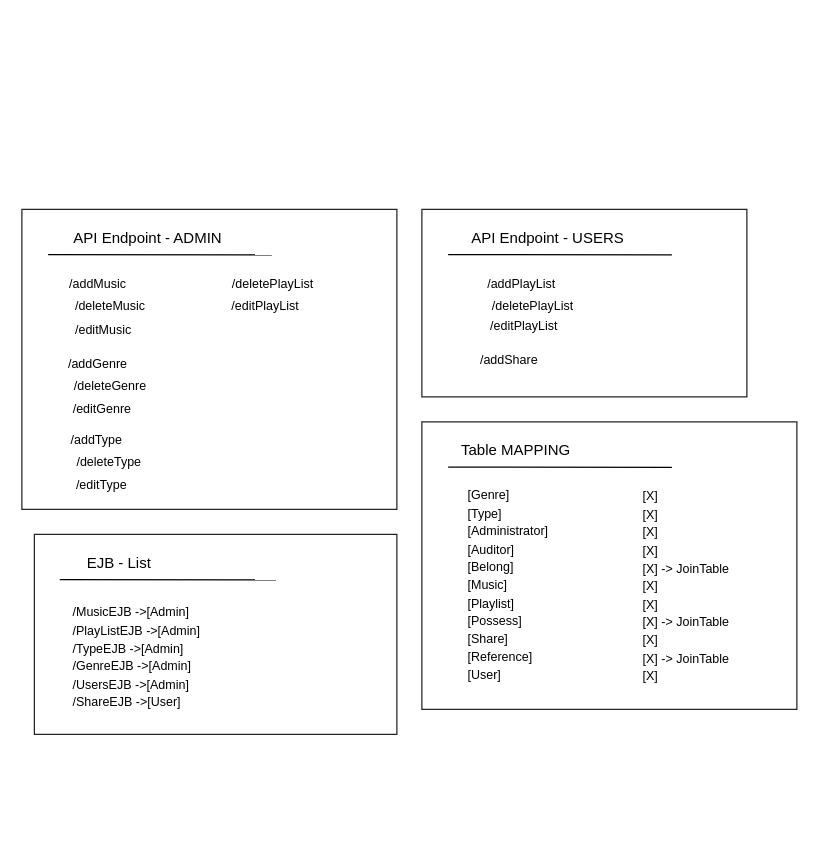
Above: Schéma Endpoint.drawio in Zacharie-Julien/SpotiHome-VUE (draw.io), before the change. Source tidied: cells renumbered, new cells numbered last; positions are measured from the earlier drawing's top-left corner, leaving out a move shared by most shapes. Both pictures are drawn from the tidied source at 125%, with x=0, y=0 at pixel (21, 209).
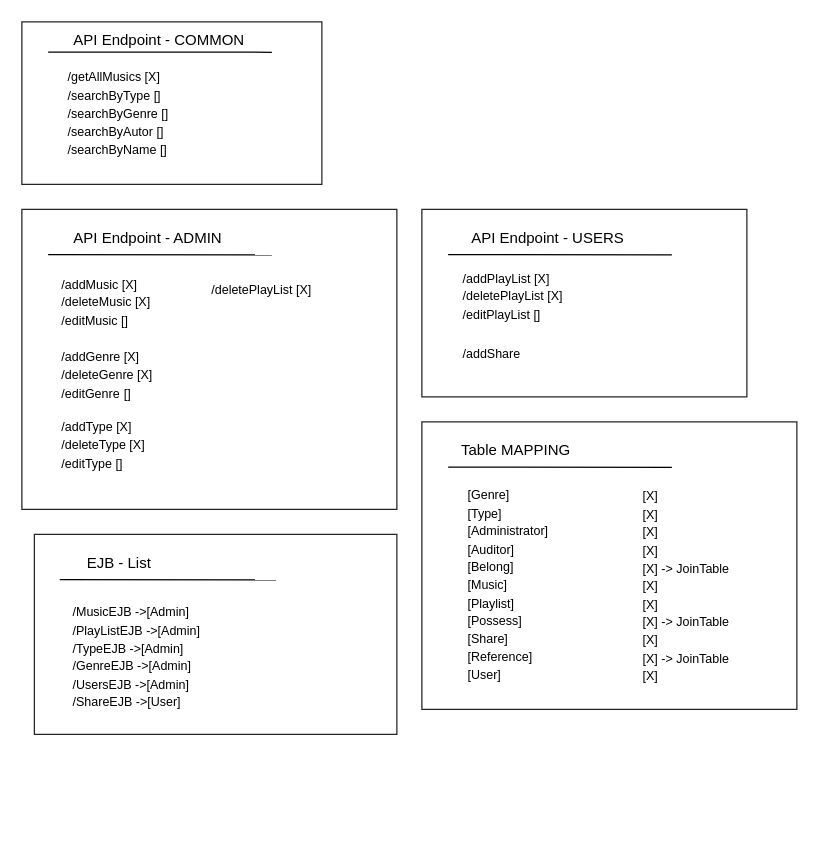
Above is the later version.

Commit message:
Mettre à jour Schéma Endpoint.drawio

The change refers to these unchanged cells:
```xml
<mxCell id="2" style="group;" parent="1" vertex="1">
  <mxGeometry width="300" height="240" as="geometry" />
</mxCell>
<mxCell id="17" style="group;" parent="1" vertex="1">
  <mxGeometry x="320" width="260" height="150" as="geometry" />
</mxCell>
```

Change to the diagram source:
```diff
@@
-    <mxCell id="4" value="&lt;font style=&quot;font-size: 10px; color: light-dark(rgb(0, 0, 0), rgb(96, 114, 250));&quot;&gt;/editPlayList&lt;/font&gt;" style="text;html=1;align=center;verticalAlign=middle;whiteSpace=wrap;rounded=0;fontFamily=Nerd;" parent="2" vertex="1">
-      <mxGeometry x="130" y="63.8" width="130" height="27.3" as="geometry" />
-    </mxCell>
-    <mxCell id="5" value="&lt;font style=&quot;font-size: 10px; color: light-dark(rgb(0, 0, 0), rgb(96, 114, 250));&quot;&gt;/editMusic&lt;/font&gt;" style="text;html=1;align=center;verticalAlign=middle;whiteSpace=wrap;rounded=0;fontFamily=Nerd;" parent="2" vertex="1">
-      <mxGeometry x="1" y="82" width="129" height="27.3" as="geometry" />
-    </mxCell>
@@
-    <mxCell id="8" value="&lt;font style=&quot;font-size: 10px; color: light-dark(rgb(0, 0, 0), rgb(67, 194, 63));&quot;&gt;/addMusic&lt;/font&gt;" style="text;html=1;align=center;verticalAlign=middle;whiteSpace=wrap;rounded=0;fontFamily=Nerd;" parent="2" vertex="1">
-      <mxGeometry x="1" y="45.6" width="120" height="27.3" as="geometry" />
+    <mxCell id="8" value="&lt;div align=&quot;left&quot;&gt;&lt;font style=&quot;font-size: 10px; color: light-dark(rgb(0, 0, 0), rgb(67, 194, 63));&quot;&gt;/addMusic [X]&lt;/font&gt;&lt;font style=&quot;font-size: 10px; color: light-dark(rgb(0, 0, 0), rgb(236, 97, 81));&quot;&gt;&lt;br&gt;&lt;/font&gt;&lt;/div&gt;&lt;div align=&quot;left&quot;&gt;&lt;font style=&quot;font-size: 10px; color: light-dark(rgb(0, 0, 0), rgb(236, 97, 81));&quot;&gt;/deleteMusic [X]&lt;/font&gt;&lt;/div&gt;&lt;div align=&quot;left&quot;&gt;&lt;font style=&quot;font-size: 10px; color: light-dark(rgb(0, 0, 0), rgb(96, 114, 250));&quot;&gt;/editMusic []&lt;/font&gt;&lt;/div&gt;" style="text;html=1;align=left;verticalAlign=middle;whiteSpace=wrap;rounded=0;fontFamily=Nerd;" parent="2" vertex="1">
+      <mxGeometry x="30" y="36.4" width="108.5" height="74.4" as="geometry" />
     </mxCell>
-    <mxCell id="9" value="&lt;font style=&quot;font-size: 10px; color: light-dark(rgb(0, 0, 0), rgb(236, 97, 81));&quot;&gt;/deleteMusic&lt;/font&gt;" style="text;html=1;align=center;verticalAlign=middle;whiteSpace=wrap;rounded=0;fontFamily=Nerd;" parent="2" vertex="1">
-      <mxGeometry x="1" y="63.8" width="140" height="27.3" as="geometry" />
-    </mxCell>
-    <mxCell id="10" value="&lt;font style=&quot;font-size: 10px; color: light-dark(rgb(0, 0, 0), rgb(236, 97, 81));&quot;&gt;/deletePlayList&lt;/font&gt;" style="text;html=1;align=center;verticalAlign=middle;whiteSpace=wrap;rounded=0;fontFamily=Nerd;" parent="2" vertex="1">
-      <mxGeometry x="131" y="45.6" width="140" height="27.3" as="geometry" />
+    <mxCell id="10" value="&lt;div align=&quot;left&quot;&gt;&lt;font style=&quot;font-size: 10px; color: light-dark(rgb(0, 0, 0), rgb(236, 97, 81));&quot;&gt;/deletePlayList [X]&lt;/font&gt;&lt;/div&gt;&lt;div align=&quot;left&quot;&gt;&lt;br&gt;&lt;/div&gt;&lt;div align=&quot;left&quot;&gt;&lt;br&gt;&lt;/div&gt;" style="text;html=1;align=left;verticalAlign=middle;whiteSpace=wrap;rounded=0;fontFamily=Nerd;" parent="2" vertex="1">
+      <mxGeometry x="150" y="57.5" width="140" height="40" as="geometry" />
     </mxCell>
-    <mxCell id="11" value="&lt;font style=&quot;color: light-dark(rgb(0, 0, 0), rgb(67, 194, 63)); font-size: 10px;&quot;&gt;/addType&lt;/font&gt;" style="text;html=1;align=center;verticalAlign=middle;whiteSpace=wrap;rounded=0;fontFamily=Nerd;" parent="2" vertex="1">
-      <mxGeometry y="170" width="120" height="27.3" as="geometry" />
+    <mxCell id="11" value="&lt;div align=&quot;left&quot;&gt;&lt;font style=&quot;color: light-dark(rgb(0, 0, 0), rgb(67, 194, 63)); font-size: 10px;&quot;&gt;/addType [X]&lt;/font&gt;&lt;/div&gt;&lt;div align=&quot;left&quot;&gt;&lt;font style=&quot;font-size: 10px; color: light-dark(rgb(0, 0, 0), rgb(236, 97, 81));&quot;&gt;/deleteType [X]&lt;/font&gt;&lt;/div&gt;&lt;div align=&quot;left&quot;&gt;&lt;font style=&quot;font-size: 10px; color: light-dark(rgb(0, 0, 0), rgb(96, 114, 250));&quot;&gt;/editType&lt;/font&gt;&lt;font style=&quot;font-size: 10px; color: light-dark(rgb(0, 0, 0), rgb(96, 114, 250));&quot;&gt; []&lt;/font&gt;&lt;/div&gt;" style="text;html=1;align=left;verticalAlign=middle;whiteSpace=wrap;rounded=0;fontFamily=Nerd;" parent="2" vertex="1">
+      <mxGeometry x="30" y="158.2" width="120" height="60" as="geometry" />
     </mxCell>
-    <mxCell id="12" value="&lt;font style=&quot;font-size: 10px; color: light-dark(rgb(0, 0, 0), rgb(236, 97, 81));&quot;&gt;/deleteType&lt;/font&gt;" style="text;html=1;align=center;verticalAlign=middle;whiteSpace=wrap;rounded=0;fontFamily=Nerd;" parent="2" vertex="1">
-      <mxGeometry y="188.2" width="140" height="27.3" as="geometry" />
-    </mxCell>
-    <mxCell id="13" value="&lt;font style=&quot;color: light-dark(rgb(0, 0, 0), rgb(67, 194, 63)); font-size: 10px;&quot;&gt;/addGenre&lt;/font&gt;" style="text;html=1;align=center;verticalAlign=middle;whiteSpace=wrap;rounded=0;fontFamily=Nerd;" parent="2" vertex="1">
-      <mxGeometry x="1" y="109.3" width="120" height="27.3" as="geometry" />
+    <mxCell id="13" value="&lt;div align=&quot;left&quot;&gt;&lt;font style=&quot;color: light-dark(rgb(0, 0, 0), rgb(67, 194, 63)); font-size: 10px;&quot;&gt;/addGenre [X]&lt;/font&gt;&lt;font style=&quot;font-size: 10px; color: light-dark(rgb(0, 0, 0), rgb(236, 97, 81));&quot;&gt;&lt;br&gt;&lt;/font&gt;&lt;/div&gt;&lt;div align=&quot;left&quot;&gt;&lt;font style=&quot;font-size: 10px; color: light-dark(rgb(0, 0, 0), rgb(236, 97, 81));&quot;&gt;/deleteGenre [X]&lt;/font&gt;&lt;/div&gt;&lt;div align=&quot;left&quot;&gt;&lt;font style=&quot;font-size: 10px; color: light-dark(rgb(0, 0, 0), rgb(96, 114, 250));&quot;&gt;/editGenre&lt;/font&gt; &lt;font style=&quot;font-size: 10px; color: light-dark(rgb(0, 0, 0), rgb(96, 114, 250));&quot;&gt;[]&lt;/font&gt;&lt;/div&gt;" style="text;html=1;align=left;verticalAlign=middle;whiteSpace=wrap;rounded=0;fontFamily=Nerd;" parent="2" vertex="1">
+      <mxGeometry x="30" y="106.2" width="120" height="52" as="geometry" />
     </mxCell>
-    <mxCell id="14" value="&lt;font style=&quot;font-size: 10px; color: light-dark(rgb(0, 0, 0), rgb(236, 97, 81));&quot;&gt;/deleteGenre&lt;/font&gt;" style="text;html=1;align=center;verticalAlign=middle;whiteSpace=wrap;rounded=0;fontFamily=Nerd;" parent="2" vertex="1">
-      <mxGeometry x="1" y="127.6" width="140" height="27.3" as="geometry" />
-    </mxCell>
-    <mxCell id="15" value="&lt;font style=&quot;font-size: 10px; color: light-dark(rgb(0, 0, 0), rgb(96, 114, 250));&quot;&gt;/editGenre&lt;/font&gt;" style="text;html=1;align=center;verticalAlign=middle;whiteSpace=wrap;rounded=0;fontFamily=Nerd;" parent="2" vertex="1">
-      <mxGeometry y="145.8" width="129" height="27.3" as="geometry" />
-    </mxCell>
-    <mxCell id="16" value="&lt;font style=&quot;font-size: 10px; color: light-dark(rgb(0, 0, 0), rgb(96, 114, 250));&quot;&gt;/editType&lt;/font&gt;" style="text;html=1;align=center;verticalAlign=middle;whiteSpace=wrap;rounded=0;fontFamily=Nerd;" parent="2" vertex="1">
-      <mxGeometry x="5" y="206" width="118" height="27.3" as="geometry" />
-    </mxCell>
@@
-    <mxCell id="19" value="&lt;font style=&quot;font-size: 10px; color: light-dark(rgb(0, 0, 0), rgb(96, 114, 250));&quot;&gt;/editPlayList&lt;/font&gt;" style="text;html=1;align=center;verticalAlign=middle;whiteSpace=wrap;rounded=0;fontFamily=Nerd;" parent="17" vertex="1">
-      <mxGeometry x="17" y="79" width="130" height="27.3" as="geometry" />
-    </mxCell>
@@
-    <mxCell id="22" value="&lt;font style=&quot;font-size: 10px; color: light-dark(rgb(0, 0, 0), rgb(236, 97, 81));&quot;&gt;/deletePlayList&lt;/font&gt;" style="text;html=1;align=center;verticalAlign=middle;whiteSpace=wrap;rounded=0;fontFamily=Nerd;" parent="17" vertex="1">
-      <mxGeometry x="19" y="63.8" width="140" height="27.3" as="geometry" />
-    </mxCell>
-    <mxCell id="23" value="&lt;font style=&quot;font-size: 10px; color: light-dark(rgb(0, 0, 0), rgb(67, 194, 63));&quot;&gt;/addPlayList&lt;/font&gt;" style="text;html=1;align=center;verticalAlign=middle;whiteSpace=wrap;rounded=0;fontFamily=Nerd;" parent="17" vertex="1">
-      <mxGeometry x="10" y="45.6" width="140" height="27.3" as="geometry" />
+    <mxCell id="23" value="&lt;div align=&quot;left&quot;&gt;&lt;font style=&quot;font-size: 10px; color: light-dark(rgb(0, 0, 0), rgb(67, 194, 63));&quot;&gt;/addPlayList [X]&lt;/font&gt;&lt;/div&gt;&lt;div align=&quot;left&quot;&gt;&lt;font style=&quot;font-size: 10px; color: light-dark(rgb(0, 0, 0), rgb(236, 97, 81));&quot;&gt;/deletePlayList [X]&lt;/font&gt;&lt;/div&gt;&lt;div align=&quot;left&quot;&gt;&lt;font style=&quot;font-size: 10px; color: light-dark(rgb(0, 0, 0), rgb(96, 114, 250));&quot;&gt;/editPlayList &lt;/font&gt;&lt;font style=&quot;font-size: 10px; color: light-dark(rgb(0, 0, 0), rgb(96, 114, 250));&quot;&gt;[]&lt;/font&gt;&lt;/div&gt;" style="text;html=1;align=left;verticalAlign=middle;whiteSpace=wrap;rounded=0;fontFamily=Nerd;" parent="17" vertex="1">
+      <mxGeometry x="31" y="36.4" width="140" height="64.4" as="geometry" />
     </mxCell>
-    <mxCell id="24" value="&lt;font style=&quot;font-size: 10px; color: light-dark(rgb(0, 0, 0), rgb(67, 194, 63));&quot;&gt;/addShare&lt;/font&gt;" style="text;html=1;align=center;verticalAlign=middle;whiteSpace=wrap;rounded=0;fontFamily=Nerd;" parent="17" vertex="1">
-      <mxGeometry x="10" y="106.3" width="120" height="27.3" as="geometry" />
+    <mxCell id="24" value="&lt;div align=&quot;left&quot;&gt;&lt;font style=&quot;font-size: 10px; color: light-dark(rgb(0, 0, 0), rgb(67, 194, 63));&quot;&gt;/addShare&lt;/font&gt;&lt;/div&gt;" style="text;html=1;align=left;verticalAlign=middle;whiteSpace=wrap;rounded=0;fontFamily=Nerd;" parent="17" vertex="1">
+      <mxGeometry x="31" y="100.9" width="120" height="27.3" as="geometry" />
     </mxCell>
@@
+    <mxCell id="36" style="group;" parent="1" vertex="1">
+      <mxGeometry y="-150" width="300" height="160" as="geometry" />
+    </mxCell>
+    <mxCell id="37" style="rounded=0;whiteSpace=wrap;html=1;fillColor=light-dark(#FFFFFF,#242426);strokeColor=light-dark(#242426,#242426);" parent="36" vertex="1">
+      <mxGeometry width="240" height="130" as="geometry" />
+    </mxCell>
+    <mxCell id="38" value="API Endpoint - COMMON" style="text;html=1;align=center;verticalAlign=middle;whiteSpace=wrap;rounded=0;fontFamily=Nerd;fontColor=light-dark(#000000,#B2B0BF);" parent="36" vertex="1">
+      <mxGeometry x="30" y="6.1" width="160" height="18.2" as="geometry" />
+    </mxCell>
+    <mxCell id="39" style="endArrow=none;html=1;rounded=0;fontColor=light-dark(#000000,#B2B0BF);strokeColor=light-dark(#000000,#B2B0BF);" parent="36" edge="1">
+      <mxGeometry relative="1" as="geometry">
+        <mxPoint x="21" y="24.1" as="sourcePoint" />
+        <mxPoint x="200" y="24.3" as="targetPoint" />
+      </mxGeometry>
+    </mxCell>
+    <mxCell id="40" value="&lt;div align=&quot;left&quot;&gt;&lt;font style=&quot;font-size: 10px; color: light-dark(rgb(0, 0, 0), rgb(67, 194, 63));&quot;&gt;/getAllMusics [X]&lt;/font&gt;&lt;/div&gt;&lt;div align=&quot;left&quot;&gt;&lt;font style=&quot;font-size: 10px; color: light-dark(rgb(0, 0, 0), rgb(67, 194, 63));&quot;&gt;/searchByType []&lt;/font&gt;&lt;/div&gt;&lt;div align=&quot;left&quot;&gt;&lt;font style=&quot;font-size: 10px; color: light-dark(rgb(0, 0, 0), rgb(67, 194, 63));&quot;&gt;/searchByGenre []&lt;/font&gt;&lt;/div&gt;&lt;div align=&quot;left&quot;&gt;&lt;font style=&quot;font-size: 10px; color: light-dark(rgb(0, 0, 0), rgb(67, 194, 63));&quot;&gt;/searchByAutor []&lt;/font&gt;&lt;/div&gt;&lt;div&gt;&lt;font style=&quot;font-size: 10px; color: light-dark(rgb(0, 0, 0), rgb(67, 194, 63));&quot;&gt;/searchByName []&lt;/font&gt;&lt;/div&gt;&lt;div&gt;&lt;br&gt;&lt;/div&gt;" style="text;html=1;align=left;verticalAlign=middle;whiteSpace=wrap;rounded=0;fontFamily=Nerd;" parent="36" vertex="1">
+      <mxGeometry x="35" y="42.1" width="150" height="75.7" as="geometry" />
+    </mxCell>
```
